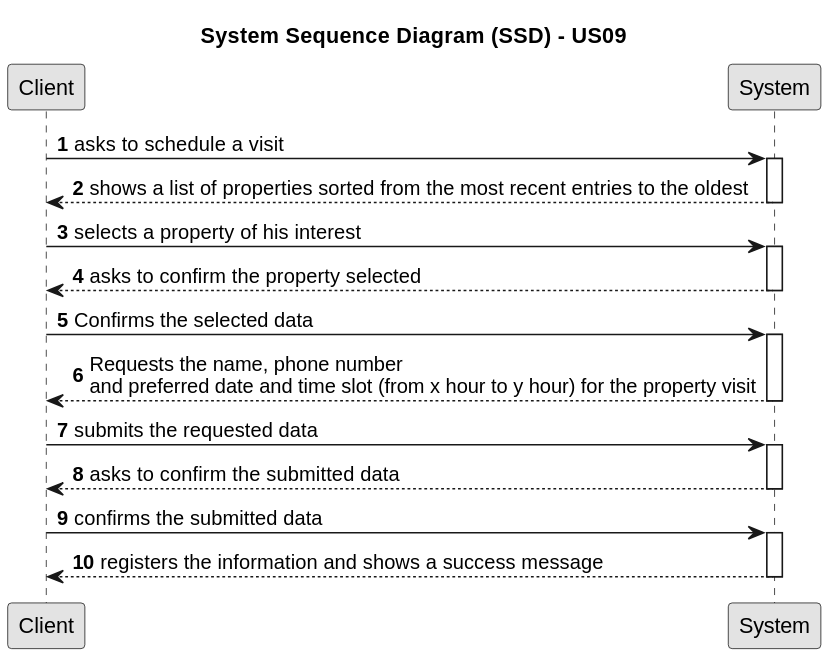
The PlantUML diagram docs/sprintC/US09/01.requirements-engineering/svg/us09-system-sequence-diagram.svg in PureNimble/ISEP-LAPR2, before a commit.
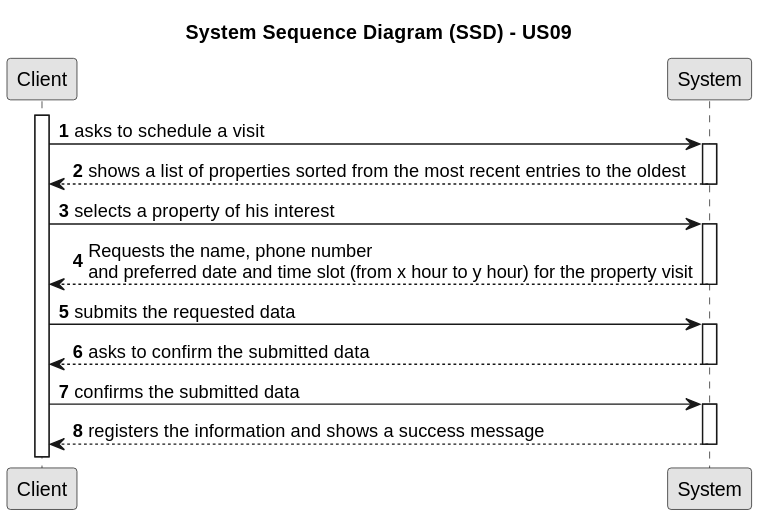
After the commit.

What changed in the source:
```diff
@@ -6,6 +6,8 @@
 title System Sequence Diagram (SSD) - US09
 
 autonumber
+
+activate Client
 
 Client -> System: asks to schedule a visit
 activate System
@@ -16,11 +18,6 @@
 Client -> System: selects a property of his interest
 activate System
 
-System --> Client: asks to confirm the property selected
-deactivate System
-
-Client -> System: Confirms the selected data
-activate System
 
 System --> Client: Requests the name, phone number \nand preferred date and time slot (from x hour to y hour) for the property visit
 deactivate System
```
